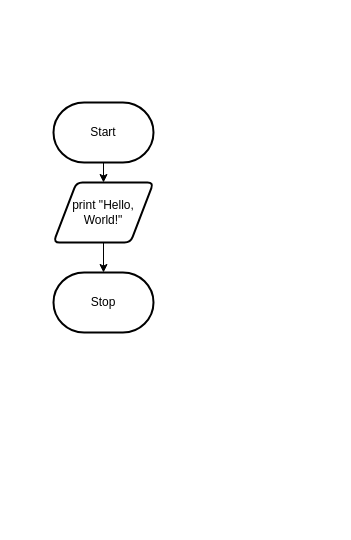
jakub-malhotra/ICS4U-Unit-3 keeps this draw.io diagram as 3-1/design/flowchart.drawio. Above is the earlier version. Source tidied: cells renumbered, new cells numbered last; positions are measured from the earlier drawing's top-left corner, leaving out a move shared by most shapes. Both pictures are drawn from the tidied source at 100%, with x=0, y=0 at pixel (53, 102).
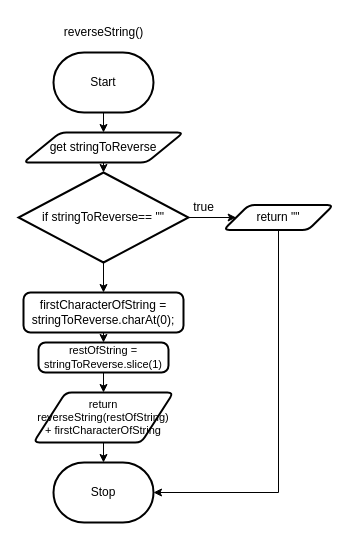
Above is the later version.

The edit, as a diff of the source:
```diff
@@
 <mxGraphModel>
   <root>
     <mxCell id="0" />
     <mxCell id="1" parent="0" />
     <mxCell id="2" style="edgeStyle=orthogonalEdgeStyle;html=1;exitX=0.5;exitY=1;exitDx=0;exitDy=0;exitPerimeter=0;rounded=0;" parent="1" edge="1" source="3" target="6">
       <mxGeometry relative="1" as="geometry" />
     </mxCell>
     <mxCell id="3" value="Start" style="strokeWidth=2;html=1;shape=mxgraph.flowchart.terminator;whiteSpace=wrap;" parent="1" vertex="1">
-      <mxGeometry width="100" height="60" as="geometry" />
+      <mxGeometry y="-50" width="100" height="60" as="geometry" />
     </mxCell>
     <mxCell id="4" value="Stop" style="strokeWidth=2;html=1;shape=mxgraph.flowchart.terminator;whiteSpace=wrap;" parent="1" vertex="1">
-      <mxGeometry y="170" width="100" height="60" as="geometry" />
+      <mxGeometry y="360" width="100" height="60" as="geometry" />
     </mxCell>
-    <mxCell id="5" style="edgeStyle=orthogonalEdgeStyle;rounded=0;html=1;exitX=0.5;exitY=1;exitDx=0;exitDy=0;entryX=0.5;entryY=0;entryDx=0;entryDy=0;entryPerimeter=0;" parent="1" edge="1" source="6" target="4">
-      <mxGeometry relative="1" as="geometry" />
-    </mxCell>
+    <mxCell id="7" style="edgeStyle=none;html=1;exitX=0.5;exitY=1;exitDx=0;exitDy=0;entryX=0.5;entryY=0;entryDx=0;entryDy=0;entryPerimeter=0;fontFamily=Helvetica;fontSize=12;fontColor=default;" parent="1" edge="1" source="6" target="11">
+      <mxGeometry relative="1" as="geometry" />
+    </mxCell>
-    <mxCell id="6" value="print &quot;Hello, World!&quot;" style="shape=parallelogram;html=1;strokeWidth=2;perimeter=parallelogramPerimeter;whiteSpace=wrap;rounded=1;arcSize=12;size=0.23;" parent="1" vertex="1">
-      <mxGeometry y="80" width="100" height="60" as="geometry" />
+    <mxCell id="6" value="get stringToReverse" style="shape=parallelogram;html=1;strokeWidth=2;perimeter=parallelogramPerimeter;whiteSpace=wrap;rounded=1;arcSize=12;size=0.23;" parent="1" vertex="1">
+      <mxGeometry x="-30" y="30" width="160" height="30" as="geometry" />
     </mxCell>
+    <mxCell id="8" value="reverseString()" style="text;html=1;align=center;verticalAlign=middle;strokeColor=none;fillColor=none;" parent="1" vertex="1">
+      <mxGeometry y="-85" width="100" height="30" as="geometry" />
+    </mxCell>
+    <mxCell id="9" style="edgeStyle=none;html=1;exitX=1;exitY=0.5;exitDx=0;exitDy=0;exitPerimeter=0;entryX=0;entryY=0.5;entryDx=0;entryDy=0;fontFamily=Helvetica;fontSize=12;fontColor=default;" parent="1" edge="1" source="11" target="13">
+      <mxGeometry relative="1" as="geometry" />
+    </mxCell>
+    <mxCell id="10" style="edgeStyle=orthogonalEdgeStyle;shape=connector;rounded=0;html=1;exitX=0.5;exitY=1;exitDx=0;exitDy=0;exitPerimeter=0;entryX=0.5;entryY=0;entryDx=0;entryDy=0;labelBackgroundColor=default;strokeColor=default;fontFamily=Helvetica;fontSize=11;fontColor=default;endArrow=classic;" parent="1" edge="1" source="11" target="16">
+      <mxGeometry relative="1" as="geometry" />
+    </mxCell>
+    <mxCell id="11" value="if stringToReverse== &quot;&quot;" style="strokeWidth=2;html=1;shape=mxgraph.flowchart.decision;whiteSpace=wrap;rounded=1;strokeColor=default;fontFamily=Helvetica;fontSize=12;fontColor=default;fillColor=default;" parent="1" vertex="1">
+      <mxGeometry x="-35" y="70" width="170" height="90" as="geometry" />
+    </mxCell>
+    <mxCell id="12" style="edgeStyle=orthogonalEdgeStyle;shape=connector;rounded=0;html=1;exitX=0.5;exitY=1;exitDx=0;exitDy=0;entryX=1;entryY=0.5;entryDx=0;entryDy=0;entryPerimeter=0;labelBackgroundColor=default;strokeColor=default;fontFamily=Helvetica;fontSize=11;fontColor=default;endArrow=classic;" parent="1" edge="1" source="13" target="4">
+      <mxGeometry relative="1" as="geometry" />
+    </mxCell>
+    <mxCell id="13" value="return &quot;&quot;" style="shape=parallelogram;html=1;strokeWidth=2;perimeter=parallelogramPerimeter;whiteSpace=wrap;rounded=1;arcSize=12;size=0.23;strokeColor=default;fontFamily=Helvetica;fontSize=12;fontColor=default;fillColor=default;" parent="1" vertex="1">
+      <mxGeometry x="170" y="102.5" width="110" height="25" as="geometry" />
+    </mxCell>
+    <mxCell id="14" value="true" style="text;html=1;align=center;verticalAlign=middle;strokeColor=none;fillColor=none;fontSize=12;fontFamily=Helvetica;fontColor=default;" parent="1" vertex="1">
+      <mxGeometry x="130" y="90" width="40" height="30" as="geometry" />
+    </mxCell>
+    <mxCell id="15" style="edgeStyle=orthogonalEdgeStyle;shape=connector;rounded=0;html=1;exitX=0.5;exitY=1;exitDx=0;exitDy=0;entryX=0.5;entryY=0;entryDx=0;entryDy=0;labelBackgroundColor=default;strokeColor=default;fontFamily=Helvetica;fontSize=11;fontColor=default;endArrow=classic;" parent="1" edge="1" source="16" target="18">
+      <mxGeometry relative="1" as="geometry" />
+    </mxCell>
+    <mxCell id="16" value="firstCharacterOfString = stringToReverse.charAt(0);" style="rounded=1;whiteSpace=wrap;html=1;absoluteArcSize=1;arcSize=14;strokeWidth=2;strokeColor=default;fontFamily=Helvetica;fontSize=12;fontColor=default;fillColor=default;" parent="1" vertex="1">
+      <mxGeometry x="-30" y="190" width="160" height="40" as="geometry" />
+    </mxCell>
+    <mxCell id="17" style="edgeStyle=orthogonalEdgeStyle;shape=connector;rounded=0;html=1;exitX=0.5;exitY=1;exitDx=0;exitDy=0;entryX=0.5;entryY=0;entryDx=0;entryDy=0;labelBackgroundColor=default;strokeColor=default;fontFamily=Helvetica;fontSize=11;fontColor=default;endArrow=classic;" parent="1" edge="1" source="18" target="20">
+      <mxGeometry relative="1" as="geometry" />
+    </mxCell>
+    <mxCell id="18" value="restOfString = stringToReverse.slice(1)" style="rounded=1;whiteSpace=wrap;html=1;absoluteArcSize=1;arcSize=14;strokeWidth=2;strokeColor=default;fontFamily=Helvetica;fontSize=11;fontColor=default;fillColor=default;" parent="1" vertex="1">
+      <mxGeometry x="-15" y="240" width="130" height="30" as="geometry" />
+    </mxCell>
+    <mxCell id="19" style="edgeStyle=orthogonalEdgeStyle;shape=connector;rounded=0;html=1;exitX=0.5;exitY=1;exitDx=0;exitDy=0;entryX=0.5;entryY=0;entryDx=0;entryDy=0;entryPerimeter=0;labelBackgroundColor=default;strokeColor=default;fontFamily=Helvetica;fontSize=11;fontColor=default;endArrow=classic;" parent="1" edge="1" source="20" target="4">
+      <mxGeometry relative="1" as="geometry" />
+    </mxCell>
+    <mxCell id="20" value="return reverseString(restOfString) + firstCharacterOfString" style="shape=parallelogram;html=1;strokeWidth=2;perimeter=parallelogramPerimeter;whiteSpace=wrap;rounded=1;arcSize=12;size=0.23;strokeColor=default;fontFamily=Helvetica;fontSize=11;fontColor=default;fillColor=default;" parent="1" vertex="1">
+      <mxGeometry x="-20" y="290" width="140" height="50" as="geometry" />
+    </mxCell>
   </root>
 </mxGraphModel>
```
